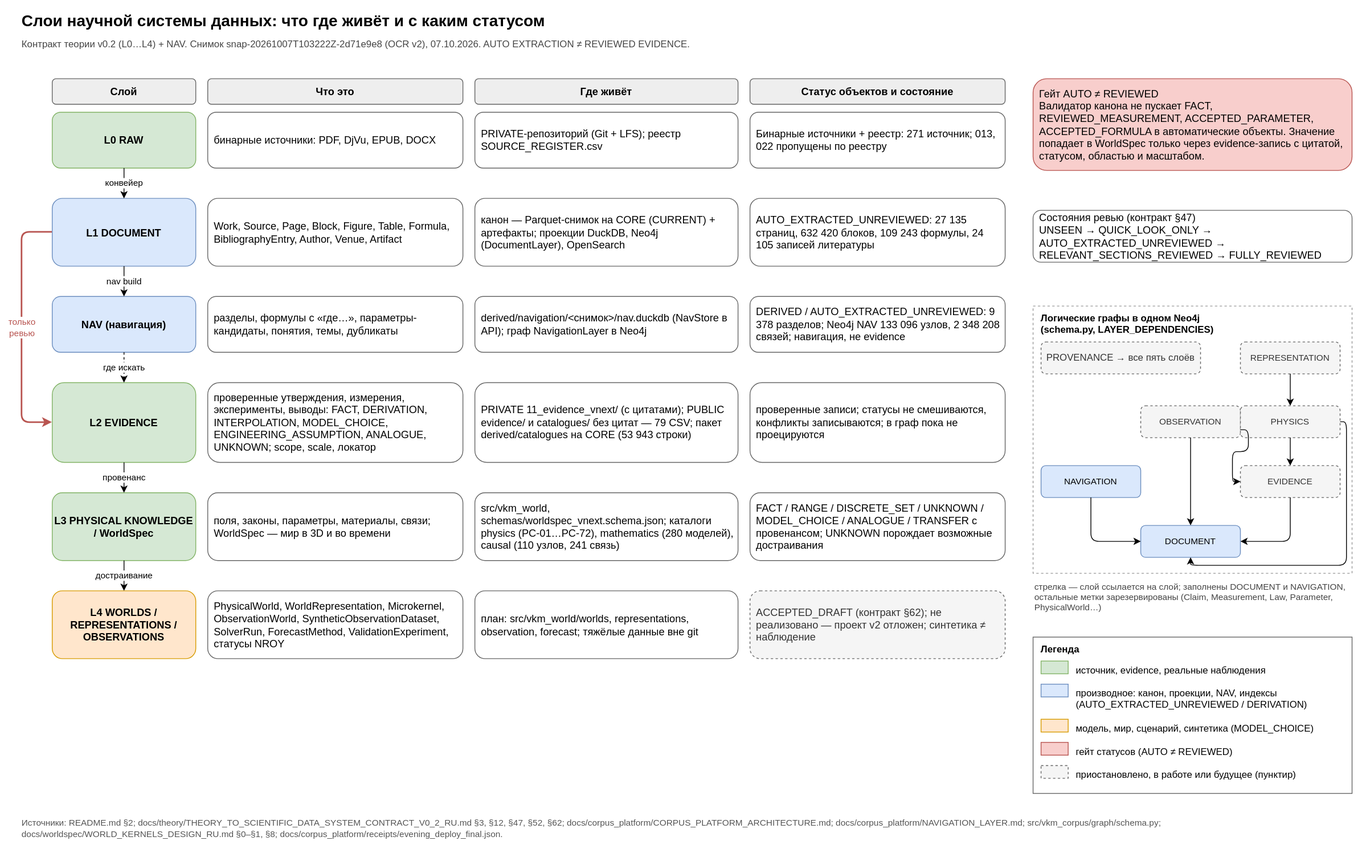
Above: docs/diagrams/data_layers.svg in SUKUNA-AI/vkm-subsidence-forecasting (draw.io), before the change. Source tidied: cells renumbered, new cells last; positions are measured from the earlier drawing's top-left corner, leaving out a move shared by most shapes.
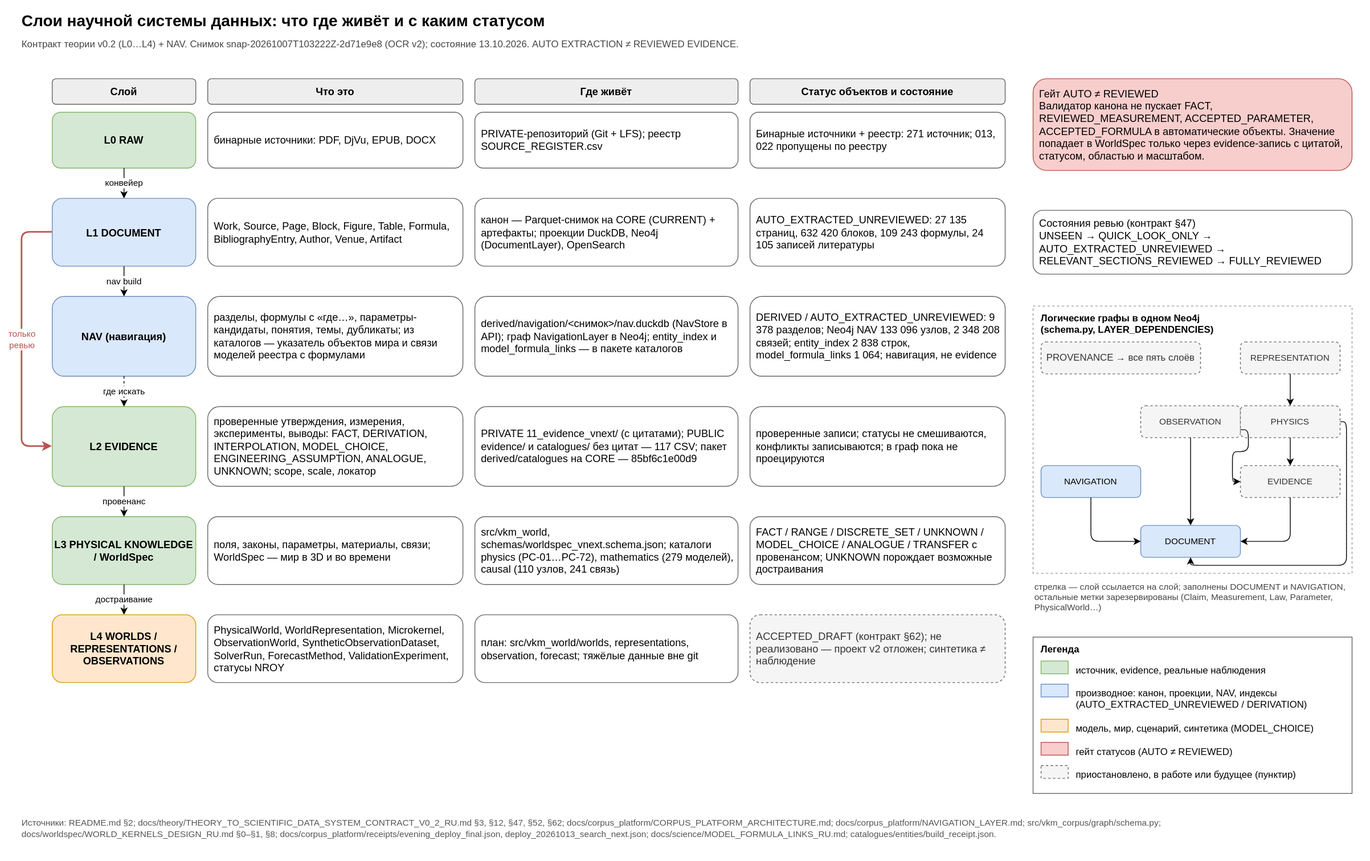
Later version of the same file.

Change to the diagram source:
```diff
@@ -5,7 +5,7 @@
     <mxCell id="2" value="Слои научной системы данных: что где живёт и с каким статусом" style="text;align=left;fontSize=20;fontStyle=1;html=1;verticalAlign=middle;whiteSpace=wrap;" parent="1" vertex="1">
       <mxGeometry width="1670" height="30" as="geometry" />
     </mxCell>
-    <mxCell id="3" value="Контракт теории v0.2 (L0…L4) + NAV. Снимок snap-20261007T103222Z-2d71e9e8 (OCR v2), 07.10.2026. AUTO EXTRACTION ≠ REVIEWED EVIDENCE." style="text;align=left;fontColor=#444444;fontSize=12;html=1;verticalAlign=middle;whiteSpace=wrap;" parent="1" vertex="1">
+    <mxCell id="3" value="Контракт теории v0.2 (L0…L4) + NAV. Снимок snap-20261007T103222Z-2d71e9e8 (OCR v2); состояние 13.10.2026. AUTO EXTRACTION ≠ REVIEWED EVIDENCE." style="text;align=left;fontColor=#444444;fontSize=12;html=1;verticalAlign=middle;whiteSpace=wrap;" parent="1" vertex="1">
       <mxGeometry y="32" width="1670" height="25" as="geometry" />
     </mxCell>
     <mxCell id="4" value="Что это" style="fillColor=#eeeeee;fontSize=13;fontStyle=1;html=1;rounded=1;strokeColor=#666666;whiteSpace=wrap;" parent="1" vertex="1">
@@ -45,58 +45,58 @@
       <mxGeometry x="915" y="238" width="320" height="85" as="geometry" />
     </mxCell>
     <mxCell id="16" value="NAV (навигация)" style="fillColor=#dae8fc;fontSize=13;fontStyle=1;html=1;rounded=1;strokeColor=#6c8ebf;whiteSpace=wrap;" parent="1" vertex="1">
-      <mxGeometry x="40" y="361" width="180" height="70" as="geometry" />
+      <mxGeometry x="40" y="361" width="180" height="100" as="geometry" />
     </mxCell>
-    <mxCell id="17" value="разделы, формулы с «где…», параметры-кандидаты, понятия, темы, дубликаты" style="align=left;fillColor=#ffffff;fontSize=13;html=1;rounded=1;spacingLeft=6;spacingRight=4;strokeColor=#666666;whiteSpace=wrap;" parent="1" vertex="1">
-      <mxGeometry x="235" y="361" width="320" height="70" as="geometry" />
+    <mxCell id="17" value="разделы, формулы с «где…», параметры-кандидаты, понятия, темы, дубликаты; из каталогов — указатель объектов мира и связи моделей реестра с формулами" style="align=left;fillColor=#ffffff;fontSize=13;html=1;rounded=1;spacingLeft=6;spacingRight=4;strokeColor=#666666;whiteSpace=wrap;" parent="1" vertex="1">
+      <mxGeometry x="235" y="361" width="320" height="100" as="geometry" />
     </mxCell>
-    <mxCell id="18" value="derived/navigation/&amp;lt;снимок&amp;gt;/nav.duckdb (NavStore в API); граф NavigationLayer в Neo4j" style="align=left;fillColor=#ffffff;fontSize=13;html=1;rounded=1;spacingLeft=6;spacingRight=4;strokeColor=#666666;whiteSpace=wrap;" parent="1" vertex="1">
-      <mxGeometry x="570" y="361" width="330" height="70" as="geometry" />
+    <mxCell id="18" value="derived/navigation/&amp;lt;снимок&amp;gt;/nav.duckdb (NavStore в API); граф NavigationLayer в Neo4j; entity_index и model_formula_links — в пакете каталогов" style="align=left;fillColor=#ffffff;fontSize=13;html=1;rounded=1;spacingLeft=6;spacingRight=4;strokeColor=#666666;whiteSpace=wrap;" parent="1" vertex="1">
+      <mxGeometry x="570" y="361" width="330" height="100" as="geometry" />
     </mxCell>
-    <mxCell id="19" value="DERIVED / AUTO_EXTRACTED_UNREVIEWED: 9 378 разделов; Neo4j NAV 133 096 узлов, 2 348 208 связей; навигация, не evidence" style="align=left;fillColor=#ffffff;fontSize=13;html=1;rounded=1;spacingLeft=6;spacingRight=4;strokeColor=#666666;whiteSpace=wrap;" parent="1" vertex="1">
-      <mxGeometry x="915" y="361" width="320" height="70" as="geometry" />
+    <mxCell id="19" value="DERIVED / AUTO_EXTRACTED_UNREVIEWED: 9 378 разделов; Neo4j NAV 133 096 узлов, 2 348 208 связей; entity_index 2 838 строк, model_formula_links 1 064; навигация, не evidence" style="align=left;fillColor=#ffffff;fontSize=13;html=1;rounded=1;spacingLeft=6;spacingRight=4;strokeColor=#666666;whiteSpace=wrap;" parent="1" vertex="1">
+      <mxGeometry x="915" y="361" width="320" height="100" as="geometry" />
     </mxCell>
     <mxCell id="20" value="L2 EVIDENCE" style="fillColor=#d5e8d4;fontSize=13;fontStyle=1;html=1;rounded=1;strokeColor=#82b366;whiteSpace=wrap;" parent="1" vertex="1">
-      <mxGeometry x="40" y="469" width="180" height="100" as="geometry" />
+      <mxGeometry x="40" y="499" width="180" height="100" as="geometry" />
     </mxCell>
     <mxCell id="21" value="проверенные утверждения, измерения, эксперименты, выводы: FACT, DERIVATION, INTERPOLATION, MODEL_CHOICE, ENGINEERING_ASSUMPTION, ANALOGUE, UNKNOWN; scope, scale, локатор" style="align=left;fillColor=#ffffff;fontSize=13;html=1;rounded=1;spacingLeft=6;spacingRight=4;strokeColor=#666666;whiteSpace=wrap;" parent="1" vertex="1">
-      <mxGeometry x="235" y="469" width="320" height="100" as="geometry" />
+      <mxGeometry x="235" y="499" width="320" height="100" as="geometry" />
     </mxCell>
-    <mxCell id="22" value="PRIVATE 11_evidence_vnext/ (с цитатами); PUBLIC evidence/ и catalogues/ без цитат — 79 CSV; пакет derived/catalogues на CORE (53 943 строки)" style="align=left;fillColor=#ffffff;fontSize=13;html=1;rounded=1;spacingLeft=6;spacingRight=4;strokeColor=#666666;whiteSpace=wrap;" parent="1" vertex="1">
-      <mxGeometry x="570" y="469" width="330" height="100" as="geometry" />
+    <mxCell id="22" value="PRIVATE 11_evidence_vnext/ (с цитатами); PUBLIC evidence/ и catalogues/ без цитат — 117 CSV; пакет derived/catalogues на CORE — 85bf6c1e00d9" style="align=left;fillColor=#ffffff;fontSize=13;html=1;rounded=1;spacingLeft=6;spacingRight=4;strokeColor=#666666;whiteSpace=wrap;" parent="1" vertex="1">
+      <mxGeometry x="570" y="499" width="330" height="100" as="geometry" />
     </mxCell>
     <mxCell id="23" value="проверенные записи; статусы не смешиваются, конфликты записываются; в граф пока не проецируются" style="align=left;fillColor=#ffffff;fontSize=13;html=1;rounded=1;spacingLeft=6;spacingRight=4;strokeColor=#666666;whiteSpace=wrap;" parent="1" vertex="1">
-      <mxGeometry x="915" y="469" width="320" height="100" as="geometry" />
+      <mxGeometry x="915" y="499" width="320" height="100" as="geometry" />
     </mxCell>
     <mxCell id="24" value="L3 PHYSICAL KNOWLEDGE / WorldSpec" style="fillColor=#d5e8d4;fontSize=13;fontStyle=1;html=1;rounded=1;strokeColor=#82b366;whiteSpace=wrap;" parent="1" vertex="1">
-      <mxGeometry x="40" y="607" width="180" height="85" as="geometry" />
+      <mxGeometry x="40" y="637" width="180" height="85" as="geometry" />
     </mxCell>
     <mxCell id="25" value="поля, законы, параметры, материалы, связи; WorldSpec — мир в 3D и во времени" style="align=left;fillColor=#ffffff;fontSize=13;html=1;rounded=1;spacingLeft=6;spacingRight=4;strokeColor=#666666;whiteSpace=wrap;" parent="1" vertex="1">
-      <mxGeometry x="235" y="607" width="320" height="85" as="geometry" />
+      <mxGeometry x="235" y="637" width="320" height="85" as="geometry" />
     </mxCell>
-    <mxCell id="26" value="src/vkm_world, schemas/worldspec_vnext.schema.json; каталоги physics (PC-01…PC-72), mathematics (280 моделей), causal (110 узлов, 241 связь)" style="align=left;fillColor=#ffffff;fontSize=13;html=1;rounded=1;spacingLeft=6;spacingRight=4;strokeColor=#666666;whiteSpace=wrap;" parent="1" vertex="1">
-      <mxGeometry x="570" y="607" width="330" height="85" as="geometry" />
+    <mxCell id="26" value="src/vkm_world, schemas/worldspec_vnext.schema.json; каталоги physics (PC-01…PC-72), mathematics (279 моделей), causal (110 узлов, 241 связь)" style="align=left;fillColor=#ffffff;fontSize=13;html=1;rounded=1;spacingLeft=6;spacingRight=4;strokeColor=#666666;whiteSpace=wrap;" parent="1" vertex="1">
+      <mxGeometry x="570" y="637" width="330" height="85" as="geometry" />
     </mxCell>
     <mxCell id="27" value="FACT / RANGE / DISCRETE_SET / UNKNOWN / MODEL_CHOICE / ANALOGUE / TRANSFER с провенансом; UNKNOWN порождает возможные достраивания" style="align=left;fillColor=#ffffff;fontSize=13;html=1;rounded=1;spacingLeft=6;spacingRight=4;strokeColor=#666666;whiteSpace=wrap;" parent="1" vertex="1">
-      <mxGeometry x="915" y="607" width="320" height="85" as="geometry" />
+      <mxGeometry x="915" y="637" width="320" height="85" as="geometry" />
     </mxCell>
     <mxCell id="28" value="L4 WORLDS / REPRESENTATIONS / OBSERVATIONS" style="fillColor=#ffe6cc;fontSize=13;fontStyle=1;html=1;rounded=1;strokeColor=#d79b00;whiteSpace=wrap;" parent="1" vertex="1">
-      <mxGeometry x="40" y="730" width="180" height="85" as="geometry" />
+      <mxGeometry x="40" y="760" width="180" height="85" as="geometry" />
     </mxCell>
     <mxCell id="29" value="PhysicalWorld, WorldRepresentation, Microkernel, ObservationWorld, SyntheticObservationDataset, SolverRun, ForecastMethod, ValidationExperiment, статусы NROY" style="align=left;fillColor=#ffffff;fontSize=13;html=1;rounded=1;spacingLeft=6;spacingRight=4;strokeColor=#666666;whiteSpace=wrap;" parent="1" vertex="1">
-      <mxGeometry x="235" y="730" width="320" height="85" as="geometry" />
+      <mxGeometry x="235" y="760" width="320" height="85" as="geometry" />
     </mxCell>
     <mxCell id="30" value="план: src/vkm_world/worlds, representations, observation, forecast; тяжёлые данные вне git" style="align=left;fillColor=#ffffff;fontSize=13;html=1;rounded=1;spacingLeft=6;spacingRight=4;strokeColor=#666666;whiteSpace=wrap;" parent="1" vertex="1">
-      <mxGeometry x="570" y="730" width="330" height="85" as="geometry" />
+      <mxGeometry x="570" y="760" width="330" height="85" as="geometry" />
     </mxCell>
     <mxCell id="31" value="ACCEPTED_DRAFT (контракт §62); не реализовано — проект v2 отложен; синтетика ≠ наблюдение" style="align=left;dashed=1;fillColor=#f5f5f5;fontColor=#333333;fontSize=13;html=1;rounded=1;spacingLeft=6;spacingRight=4;strokeColor=#666666;whiteSpace=wrap;" parent="1" vertex="1">
-      <mxGeometry x="915" y="730" width="320" height="85" as="geometry" />
+      <mxGeometry x="915" y="760" width="320" height="85" as="geometry" />
     </mxCell>
     <mxCell id="32" value="Гейт AUTO ≠ REVIEWED&lt;br&gt;Валидатор канона не пускает FACT, REVIEWED_MEASUREMENT, ACCEPTED_PARAMETER, ACCEPTED_FORMULA в автоматические объекты. Значение попадает в WorldSpec только через evidence-запись с цитатой, статусом, областью и масштабом." style="align=left;fillColor=#f8cecc;fontSize=13;html=1;rounded=1;spacingLeft=6;spacingRight=4;strokeColor=#b85450;whiteSpace=wrap;" parent="1" vertex="1">
       <mxGeometry x="1270" y="88" width="400" height="115" as="geometry" />
     </mxCell>
     <mxCell id="33" value="Состояния ревью (контракт §47)&lt;br&gt;UNSEEN → QUICK_LOOK_ONLY → AUTO_EXTRACTED_UNREVIEWED → RELEVANT_SECTIONS_REVIEWED → FULLY_REVIEWED" style="align=left;fillColor=#ffffff;fontSize=13;html=1;rounded=1;spacingLeft=6;spacingRight=4;strokeColor=#666666;whiteSpace=wrap;" parent="1" vertex="1">
-      <mxGeometry x="1270" y="253" width="400" height="65" as="geometry" />
+      <mxGeometry x="1270" y="253" width="400" height="80" as="geometry" />
     </mxCell>
     <mxCell id="34" value="Логические графы в одном Neo4j&lt;br&gt;(schema.py, LAYER_DEPENDENCIES)" style="align=left;dashed=1;fillColor=none;fontSize=12;fontStyle=1;html=1;rounded=0;spacingLeft=8;spacingTop=2;strokeColor=#999999;verticalAlign=top;whiteSpace=wrap;" parent="1" vertex="1">
       <mxGeometry x="1270" y="373" width="400" height="335" as="geometry" />
@@ -158,7 +158,7 @@
     <mxCell id="53" value="приостановлено, в работе или будущее (пунктир)" style="text;align=left;fontSize=12;html=1;verticalAlign=top;whiteSpace=wrap;" parent="43" vertex="1">
       <mxGeometry x="52" y="159" width="340" height="25" as="geometry" />
     </mxCell>
-    <mxCell id="54" value="Источники: README.md §2; docs/theory/THEORY_TO_SCIENTIFIC_DATA_SYSTEM_CONTRACT_V0_2_RU.md §3, §12, §47, §52, §62; docs/corpus_platform/CORPUS_PLATFORM_ARCHITECTURE.md; docs/corpus_platform/NAVIGATION_LAYER.md; src/vkm_corpus/graph/schema.py; docs/worldspec/WORLD_KERNELS_DESIGN_RU.md §0–§1, §8; docs/corpus_platform/receipts/evening_deploy_final.json." style="text;align=left;fontColor=#555555;fontSize=11;html=1;verticalAlign=middle;whiteSpace=wrap;" parent="1" vertex="1">
+    <mxCell id="54" value="Источники: README.md §2; docs/theory/THEORY_TO_SCIENTIFIC_DATA_SYSTEM_CONTRACT_V0_2_RU.md §3, §12, §47, §52, §62; docs/corpus_platform/CORPUS_PLATFORM_ARCHITECTURE.md; docs/corpus_platform/NAVIGATION_LAYER.md; src/vkm_corpus/graph/schema.py; docs/worldspec/WORLD_KERNELS_DESIGN_RU.md §0–§1, §8; docs/corpus_platform/receipts/evening_deploy_final.json, deploy_20261013_search_next.json; docs/science/MODEL_FORMULA_LINKS_RU.md; catalogues/entities/build_receipt.json." style="text;align=left;fontColor=#555555;fontSize=11;html=1;verticalAlign=middle;whiteSpace=wrap;" parent="1" vertex="1">
       <mxGeometry y="1008" width="1670" height="40" as="geometry" />
     </mxCell>
     <mxCell id="55" value="конвейер" style="edgeStyle=orthogonalEdgeStyle;endArrow=classic;entryDx=0;entryDy=0;entryX=0.5;entryY=0;exitDx=0;exitDy=0;exitX=0.5;exitY=1;fontSize=11;html=1;labelBackgroundColor=#ffffff;rounded=1;" parent="1" edge="1" source="8" target="12">
@@ -171,7 +171,7 @@
       <mxGeometry relative="1" as="geometry">
         <Array as="points">
           <mxPoint x="2" y="280.5" />
-          <mxPoint x="2" y="519" />
+          <mxPoint x="2" y="549" />
         </Array>
       </mxGeometry>
     </mxCell>
```
